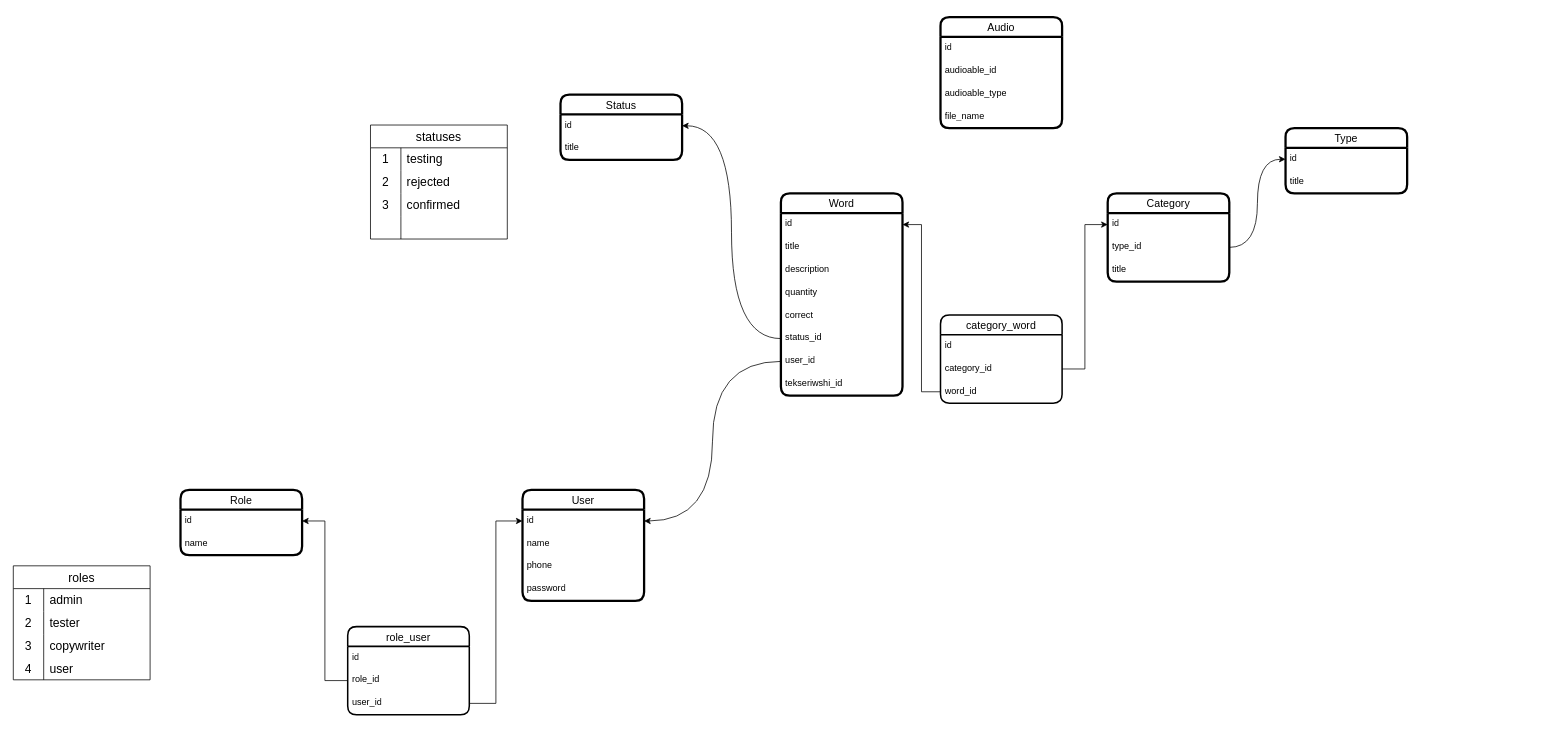
This is ts-backend.drawio from iztileuoff/databases, a draw.io file, before an edit. Source tidied: cells renumbered, new cells numbered last; positions are measured from the earlier drawing's top-left corner, leaving out a move shared by most shapes. Both pictures are drawn from the tidied source at 76%, with x=0, y=0 at pixel (13, 17).
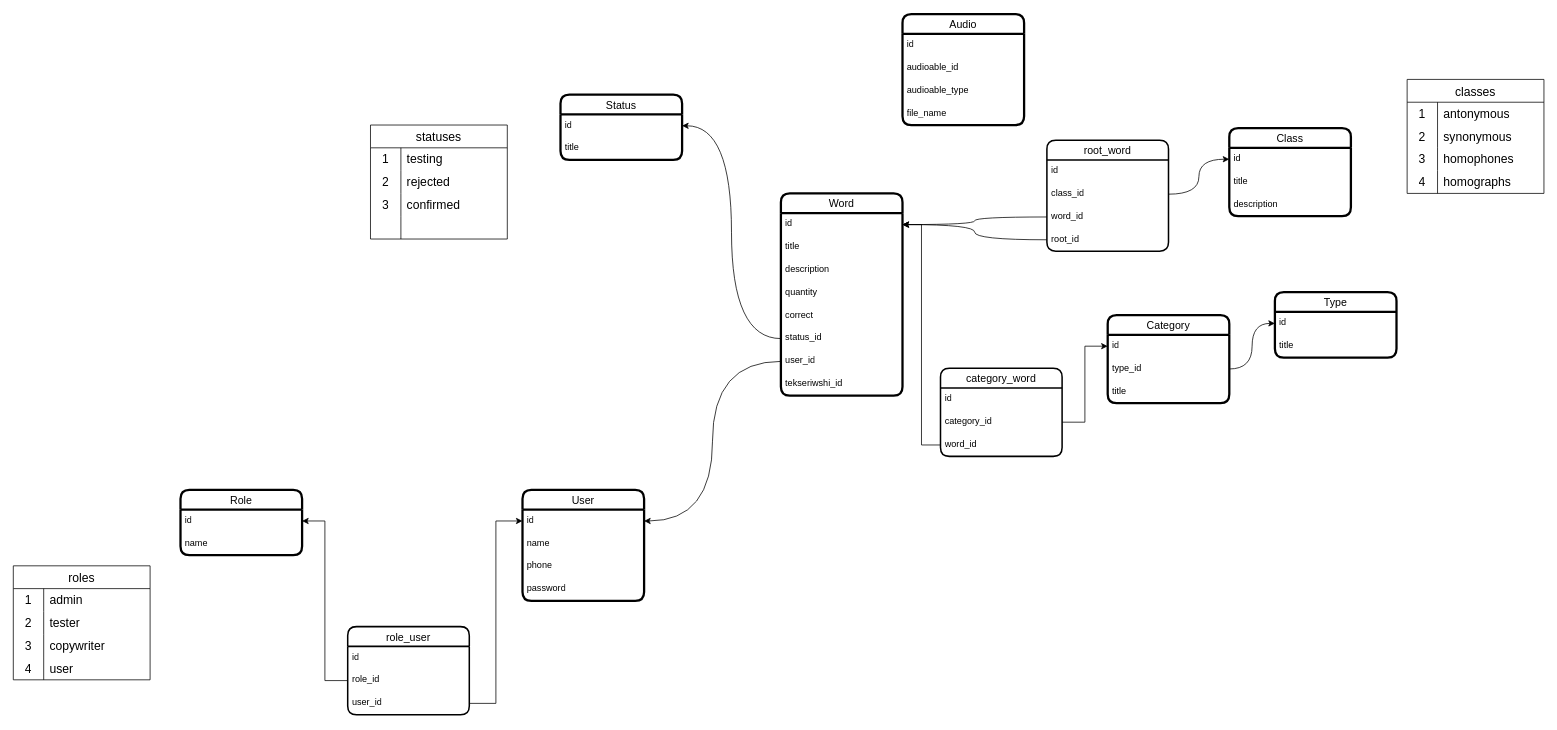
The same diagram, later.

Unchanged cells that the change refers to:
```xml
<mxCell id="16" value="id" style="text;strokeColor=none;fillColor=none;spacingLeft=4;spacingRight=4;overflow=hidden;points=[[0,0.5],[1,0.5]];portConstraint=eastwest;fontSize=12;whiteSpace=wrap;html=1;" parent="15" vertex="1">
  <mxGeometry y="26" width="160" height="30" as="geometry" />
</mxCell>
```

The edit, as a diff of the source:
```diff
@@
     <mxCell id="24" value="Type" style="swimlane;fontStyle=0;horizontal=1;startSize=26;align=center;fontSize=14;rounded=1;strokeWidth=3;" parent="1" vertex="1">
-      <mxGeometry x="1674" y="146" width="160" height="86" as="geometry" />
+      <mxGeometry x="1660" y="362" width="160" height="86" as="geometry" />
     </mxCell>
@@
     <mxCell id="27" value="Category" style="swimlane;fontStyle=0;horizontal=1;startSize=26;align=center;fontSize=14;rounded=1;strokeWidth=3;" parent="1" vertex="1">
-      <mxGeometry x="1440" y="232" width="160" height="116" as="geometry" />
+      <mxGeometry x="1440" y="392" width="160" height="116" as="geometry" />
     </mxCell>
@@
     <mxCell id="32" value="category_word" style="swimlane;fontStyle=0;horizontal=1;startSize=26;align=center;fontSize=14;rounded=1;strokeWidth=2;" parent="1" vertex="1">
-      <mxGeometry x="1220" y="392" width="160" height="116" as="geometry" />
+      <mxGeometry x="1220" y="462" width="160" height="116" as="geometry" />
     </mxCell>
@@
     <mxCell id="52" value="Audio" style="swimlane;fontStyle=0;horizontal=1;startSize=26;align=center;fontSize=14;rounded=1;strokeWidth=3;" parent="1" vertex="1">
-      <mxGeometry x="1220" width="160" height="146" as="geometry" />
+      <mxGeometry x="1170" y="-4" width="160" height="146" as="geometry" />
     </mxCell>
@@
+    <mxCell id="75" value="Class" style="swimlane;fontStyle=0;horizontal=1;startSize=26;align=center;fontSize=14;rounded=1;strokeWidth=3;" parent="1" vertex="1">
+      <mxGeometry x="1600" y="146" width="160" height="116" as="geometry" />
+    </mxCell>
+    <mxCell id="76" value="id" style="text;strokeColor=none;fillColor=none;spacingLeft=4;spacingRight=4;overflow=hidden;points=[[0,0.5],[1,0.5]];portConstraint=eastwest;fontSize=12;whiteSpace=wrap;html=1;" parent="75" vertex="1">
+      <mxGeometry y="26" width="160" height="30" as="geometry" />
+    </mxCell>
+    <mxCell id="77" value="title" style="text;strokeColor=none;fillColor=none;spacingLeft=4;spacingRight=4;overflow=hidden;fontSize=12;whiteSpace=wrap;html=1;" parent="75" vertex="1">
+      <mxGeometry y="56" width="160" height="30" as="geometry" />
+    </mxCell>
+    <mxCell id="78" value="description" style="text;strokeColor=none;fillColor=none;spacingLeft=4;spacingRight=4;overflow=hidden;fontSize=12;whiteSpace=wrap;html=1;" parent="75" vertex="1">
+      <mxGeometry y="86" width="160" height="30" as="geometry" />
+    </mxCell>
+    <mxCell id="79" value="root_word" style="swimlane;fontStyle=0;horizontal=1;startSize=26;align=center;fontSize=14;rounded=1;strokeWidth=2;" parent="1" vertex="1">
+      <mxGeometry x="1360" y="162" width="160" height="146" as="geometry" />
+    </mxCell>
+    <mxCell id="80" value="id" style="text;strokeColor=none;fillColor=none;spacingLeft=4;spacingRight=4;overflow=hidden;fontSize=12;whiteSpace=wrap;html=1;" parent="79" vertex="1">
+      <mxGeometry y="26" width="160" height="30" as="geometry" />
+    </mxCell>
+    <mxCell id="81" value="class_id" style="text;strokeColor=none;fillColor=none;spacingLeft=4;spacingRight=4;overflow=hidden;points=[[0,0.5],[1,0.5]];portConstraint=eastwest;fontSize=12;whiteSpace=wrap;html=1;" parent="79" vertex="1">
+      <mxGeometry y="56" width="160" height="30" as="geometry" />
+    </mxCell>
+    <mxCell id="82" value="word_id" style="text;strokeColor=none;fillColor=none;spacingLeft=4;spacingRight=4;overflow=hidden;points=[[0,0.5],[1,0.5]];portConstraint=eastwest;fontSize=12;whiteSpace=wrap;html=1;" parent="79" vertex="1">
+      <mxGeometry y="86" width="160" height="30" as="geometry" />
+    </mxCell>
+    <mxCell id="83" value="root_id" style="text;strokeColor=none;fillColor=none;spacingLeft=4;spacingRight=4;overflow=hidden;points=[[0,0.5],[1,0.5]];portConstraint=eastwest;fontSize=12;whiteSpace=wrap;html=1;" parent="79" vertex="1">
+      <mxGeometry y="116" width="160" height="30" as="geometry" />
+    </mxCell>
+    <mxCell id="84" style="edgeStyle=orthogonalEdgeStyle;rounded=0;jettySize=auto;html=1;elbow=vertical;curved=1;" parent="1" edge="1" source="81" target="76">
+      <mxGeometry relative="1" as="geometry" />
+    </mxCell>
+    <mxCell id="85" style="edgeStyle=orthogonalEdgeStyle;rounded=0;jettySize=auto;html=1;entryX=1;entryY=0.5;entryDx=0;entryDy=0;curved=1;" parent="1" edge="1" source="82" target="16">
+      <mxGeometry relative="1" as="geometry" />
+    </mxCell>
+    <mxCell id="86" style="edgeStyle=orthogonalEdgeStyle;rounded=0;jettySize=auto;html=1;entryX=1;entryY=0.5;entryDx=0;entryDy=0;curved=1;" parent="1" edge="1" source="83" target="16">
+      <mxGeometry relative="1" as="geometry" />
+    </mxCell>
+    <mxCell id="87" value="classes" style="shape=table;startSize=30;childLayout=tableLayout;rowLines=0;fontStyle=0;strokeColor=default;fontSize=16;" parent="1" vertex="1">
+      <mxGeometry x="1834" y="82" width="180" height="150" as="geometry" />
+    </mxCell>
+    <mxCell id="88" style="shape=tableRow;horizontal=0;startSize=0;swimlaneHead=0;swimlaneBody=0;top=0;left=0;bottom=0;right=0;fillColor=none;strokeColor=inherit;fontSize=16;" parent="87" vertex="1">
+      <mxGeometry y="30" width="180" height="30" as="geometry" />
+    </mxCell>
+    <mxCell id="89" value="1" style="shape=partialRectangle;html=1;whiteSpace=wrap;fillColor=none;top=0;left=0;bottom=0;right=0;overflow=hidden;strokeColor=inherit;fontSize=16;" parent="88" vertex="1">
+      <mxGeometry width="40" height="30" as="geometry" />
+    </mxCell>
+    <mxCell id="90" value="antonymous" style="shape=partialRectangle;html=1;whiteSpace=wrap;fillColor=none;top=0;left=0;bottom=0;right=0;align=left;spacingLeft=6;overflow=hidden;strokeColor=inherit;fontSize=16;" parent="88" vertex="1">
+      <mxGeometry x="40" width="140" height="30" as="geometry" />
+    </mxCell>
+    <mxCell id="91" style="shape=tableRow;horizontal=0;startSize=0;swimlaneHead=0;swimlaneBody=0;top=0;left=0;bottom=0;right=0;fillColor=none;strokeColor=inherit;fontSize=16;" parent="87" vertex="1">
+      <mxGeometry y="60" width="180" height="30" as="geometry" />
+    </mxCell>
+    <mxCell id="92" value="2" style="shape=partialRectangle;html=1;whiteSpace=wrap;fillColor=none;top=0;left=0;bottom=0;right=0;overflow=hidden;strokeColor=inherit;fontSize=16;" parent="91" vertex="1">
+      <mxGeometry width="40" height="30" as="geometry" />
+    </mxCell>
+    <mxCell id="93" value="synonymous" style="shape=partialRectangle;html=1;whiteSpace=wrap;fillColor=none;top=0;left=0;bottom=0;right=0;align=left;spacingLeft=6;overflow=hidden;strokeColor=inherit;fontSize=16;" parent="91" vertex="1">
+      <mxGeometry x="40" width="140" height="30" as="geometry" />
+    </mxCell>
+    <mxCell id="94" style="shape=tableRow;horizontal=0;startSize=0;swimlaneHead=0;swimlaneBody=0;top=0;left=0;bottom=0;right=0;fillColor=none;strokeColor=inherit;fontSize=16;" parent="87" vertex="1">
+      <mxGeometry y="90" width="180" height="30" as="geometry" />
+    </mxCell>
+    <mxCell id="95" value="3" style="shape=partialRectangle;html=1;whiteSpace=wrap;fillColor=none;top=0;left=0;bottom=0;right=0;overflow=hidden;strokeColor=inherit;fontSize=16;" parent="94" vertex="1">
+      <mxGeometry width="40" height="30" as="geometry" />
+    </mxCell>
+    <mxCell id="96" value="homophones" style="shape=partialRectangle;html=1;whiteSpace=wrap;fillColor=none;top=0;left=0;bottom=0;right=0;align=left;spacingLeft=6;overflow=hidden;strokeColor=inherit;fontSize=16;" parent="94" vertex="1">
+      <mxGeometry x="40" width="140" height="30" as="geometry" />
+    </mxCell>
+    <mxCell id="97" style="shape=tableRow;horizontal=0;startSize=0;swimlaneHead=0;swimlaneBody=0;top=0;left=0;bottom=0;right=0;fillColor=none;strokeColor=inherit;fontSize=16;" parent="87" vertex="1">
+      <mxGeometry y="120" width="180" height="30" as="geometry" />
+    </mxCell>
+    <mxCell id="98" value="4" style="shape=partialRectangle;html=1;whiteSpace=wrap;fillColor=none;top=0;left=0;bottom=0;right=0;overflow=hidden;strokeColor=inherit;fontSize=16;" parent="97" vertex="1">
+      <mxGeometry width="40" height="30" as="geometry" />
+    </mxCell>
+    <mxCell id="99" value="homographs" style="shape=partialRectangle;html=1;whiteSpace=wrap;fillColor=none;top=0;left=0;bottom=0;right=0;align=left;spacingLeft=6;overflow=hidden;strokeColor=inherit;fontSize=16;" parent="97" vertex="1">
+      <mxGeometry x="40" width="140" height="30" as="geometry" />
+    </mxCell>
```
